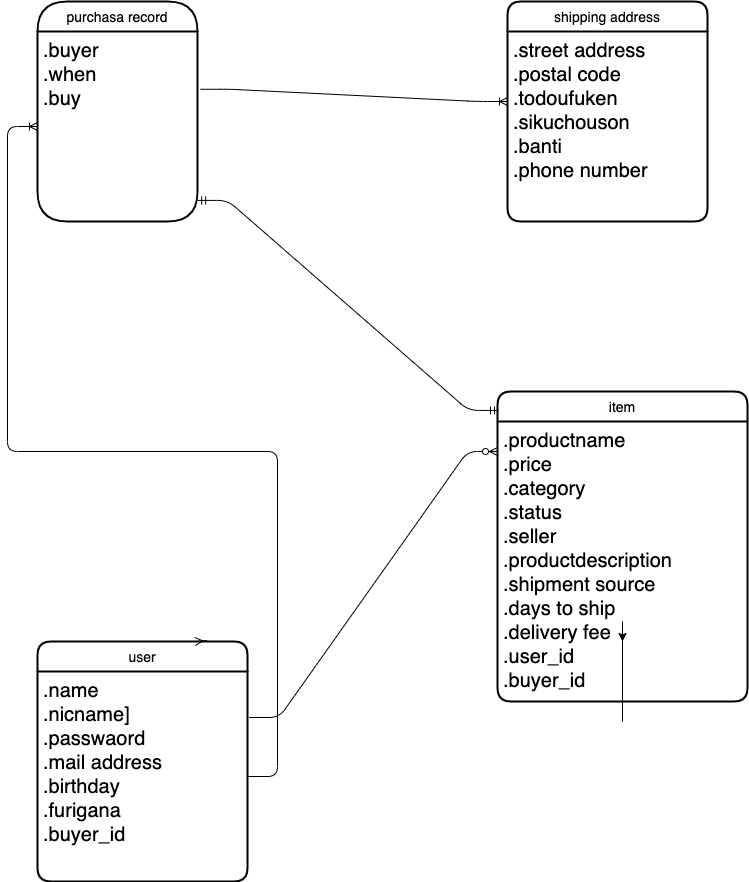
The draw.io diagram test.drawio.png in gakigakigakigakigaki/furima-31878, before a commit. Source tidied: cells renumbered, new cells last; positions are measured from the earlier drawing's top-left corner, leaving out a move shared by most shapes.
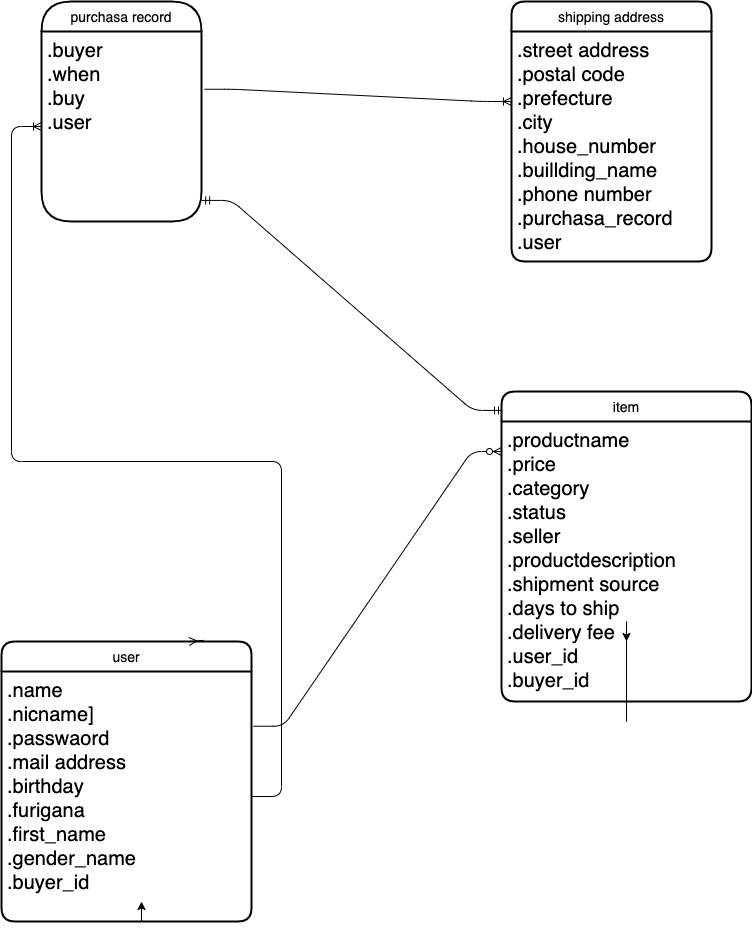
After the change.

Change to the diagram source:
```diff
@@ -16,14 +16,14 @@
     <mxCell id="5" value="purchasa record" style="swimlane;horizontal=1;startSize=30;rounded=1;fontSize=14;fontStyle=0;strokeWidth=2;shadow=0;dashed=0;align=center;arcSize=50;" parent="1" vertex="1">
       <mxGeometry width="160" height="220" as="geometry" />
     </mxCell>
-    <mxCell id="6" value=".buyer&#10;.when&#10;.buy" style="align=left;strokeColor=none;fillColor=none;spacingLeft=4;fontSize=20;verticalAlign=top;" parent="5" vertex="1">
+    <mxCell id="6" value=".buyer&#10;.when&#10;.buy&#10;.user" style="align=left;strokeColor=none;fillColor=none;spacingLeft=4;fontSize=20;verticalAlign=top;" parent="5" vertex="1">
       <mxGeometry y="30" width="160" height="190" as="geometry" />
     </mxCell>
     <mxCell id="7" value="shipping address" style="swimlane;horizontal=1;startSize=30;rounded=1;fontSize=14;fontStyle=0;strokeWidth=2;shadow=0;dashed=0;align=center;" parent="1" vertex="1">
-      <mxGeometry x="470" width="200" height="220" as="geometry" />
+      <mxGeometry x="470" width="200" height="260" as="geometry" />
     </mxCell>
-    <mxCell id="8" value=".street address&#10;.postal code&#10;.todoufuken&#10;.sikuchouson&#10;.banti&#10;.phone number" style="align=left;strokeColor=none;fillColor=none;spacingLeft=4;fontSize=20;verticalAlign=top;" parent="7" vertex="1">
-      <mxGeometry y="30" width="200" height="190" as="geometry" />
+    <mxCell id="8" value=".street address&#10;.postal code&#10;.prefecture&#10;.city&#10;.house_number&#10;.buillding_name&#10;.phone number&#10;.purchasa_record&#10;.user" style="align=left;strokeColor=none;fillColor=none;spacingLeft=4;fontSize=20;verticalAlign=top;" parent="7" vertex="1">
+      <mxGeometry y="30" width="200" height="230" as="geometry" />
     </mxCell>
     <mxCell id="9" style="edgeStyle=entityRelationEdgeStyle;fontSize=12;html=1;endArrow=ERzeroToMany;endFill=1;exitX=1.008;exitY=0.219;exitDx=0;exitDy=0;exitPerimeter=0;" parent="1" edge="1" source="11">
       <mxGeometry relative="1" as="geometry">
@@ -31,10 +31,10 @@
       </mxGeometry>
     </mxCell>
     <mxCell id="10" value="user" style="swimlane;horizontal=1;startSize=30;rounded=1;fontSize=14;fontStyle=0;strokeWidth=2;shadow=0;dashed=0;align=center;" parent="1" vertex="1">
-      <mxGeometry y="640" width="210" height="240" as="geometry" />
+      <mxGeometry x="-40" y="640" width="250" height="280" as="geometry" />
     </mxCell>
-    <mxCell id="11" value=".name&#10;.nicname]&#10;.passwaord&#10;.mail address&#10;.birthday&#10;.furigana&#10;.buyer_id" style="align=left;strokeColor=none;fillColor=none;spacingLeft=4;fontSize=20;verticalAlign=top;" parent="10" vertex="1">
-      <mxGeometry y="30" width="210" height="210" as="geometry" />
+    <mxCell id="11" value=".name&#10;.nicname]&#10;.passwaord&#10;.mail address&#10;.birthday&#10;.furigana&#10;.first_name&#10;.gender_name&#10;.buyer_id" style="align=left;strokeColor=none;fillColor=none;spacingLeft=4;fontSize=20;verticalAlign=top;" parent="10" vertex="1">
+      <mxGeometry y="30" width="250" height="250" as="geometry" />
     </mxCell>
     <mxCell id="12" style="edgeStyle=entityRelationEdgeStyle;fontSize=12;html=1;endArrow=ERmany;entryX=0.75;entryY=0;entryDx=0;entryDy=0;exitX=0.808;exitY=-0.004;exitDx=0;exitDy=0;exitPerimeter=0;" parent="1" edge="1" source="10" target="10">
       <mxGeometry relative="1" as="geometry" />
@@ -50,5 +50,10 @@
     <mxCell id="15" style="edgeStyle=entityRelationEdgeStyle;fontSize=12;html=1;endArrow=ERmandOne;startArrow=ERmandOne;entryX=0.004;entryY=0.061;entryDx=0;entryDy=0;entryPerimeter=0;exitX=1.001;exitY=0.889;exitDx=0;exitDy=0;exitPerimeter=0;" parent="1" edge="1" source="6" target="2">
       <mxGeometry relative="1" as="geometry" />
     </mxCell>
+    <mxCell id="16" style="edgeStyle=orthogonalEdgeStyle;rounded=0;jettySize=auto;html=1;exitX=0.5;exitY=1;exitDx=0;exitDy=0;" parent="1" edge="1" source="11">
+      <mxGeometry relative="1" as="geometry">
+        <mxPoint x="100" y="900" as="targetPoint" />
+      </mxGeometry>
+    </mxCell>
   </root>
 </mxGraphModel>
```
